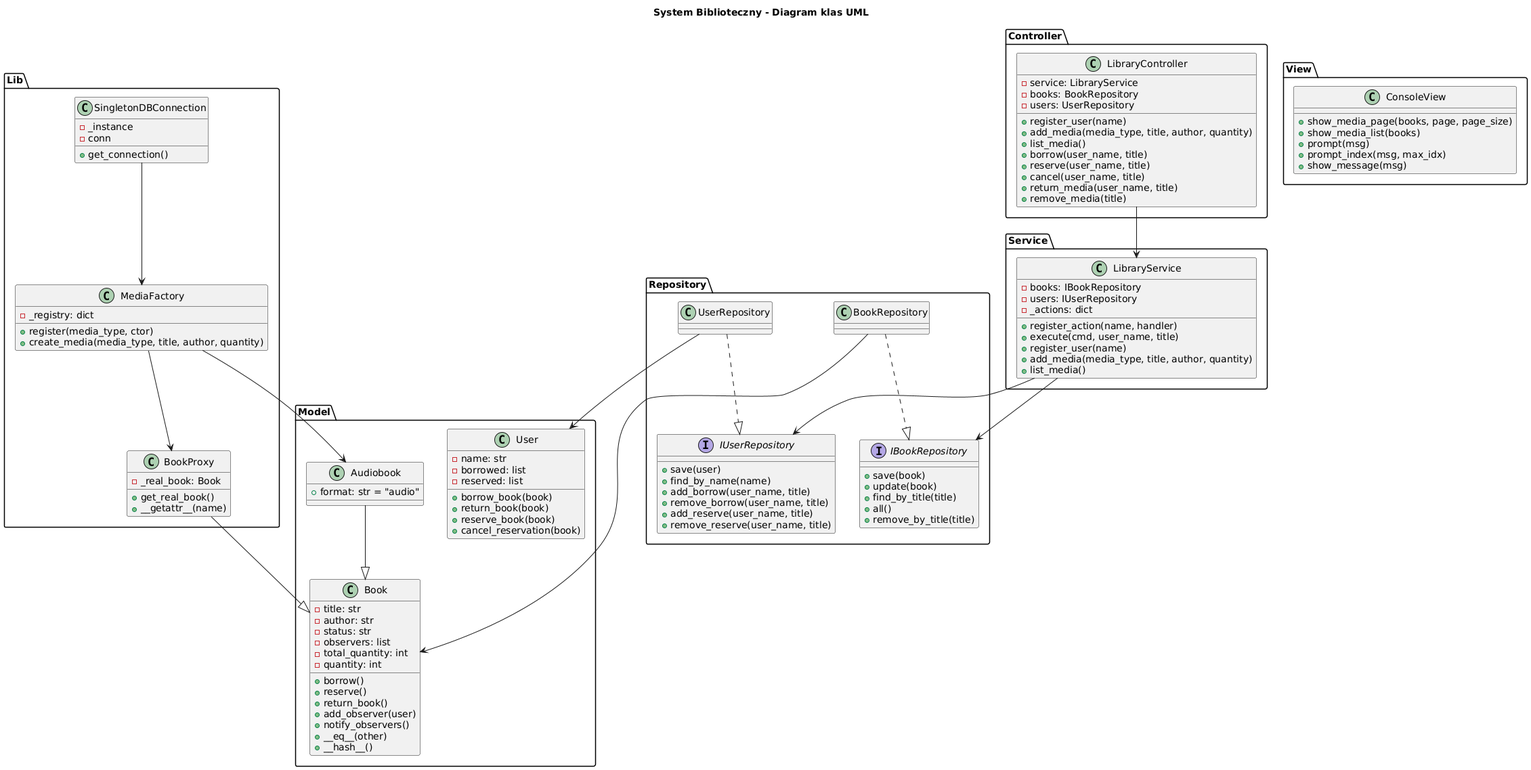
Before: uml.png, a diagram exported from PlantUML (mvttyyy/TO).
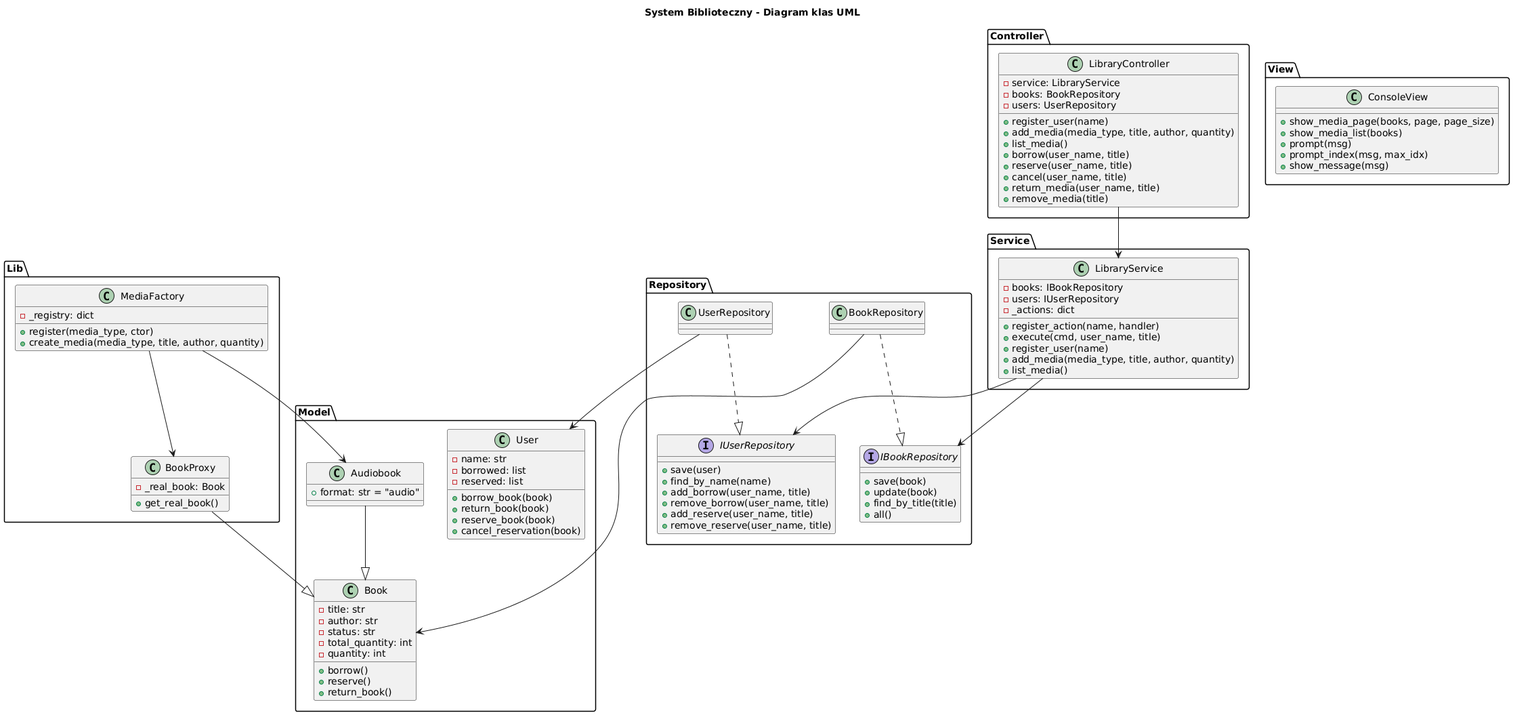
After the commit.

Change to the diagram source:
```diff
@@ -6,16 +6,11 @@
     - title: str
     - author: str
     - status: str
-    - observers: list
     - total_quantity: int
     - quantity: int
     + borrow()
     + reserve()
     + return_book()
-    + add_observer(user)
-    + notify_observers()
-    + __eq__(other)
-    + __hash__()
   }
 
   class Audiobook {
@@ -39,7 +34,6 @@
   class BookProxy {
     - _real_book: Book
     + get_real_book()
-    + __getattr__(name)
   }
   BookProxy --|> Book
 
@@ -47,12 +41,6 @@
     - _registry: dict
     + register(media_type, ctor)
     + create_media(media_type, title, author, quantity)
-  }
-
-  class SingletonDBConnection {
-    - _instance
-    - conn
-    + get_connection()
   }
 }
 
@@ -62,7 +50,6 @@
     + update(book)
     + find_by_title(title)
     + all()
-    + remove_by_title(title)
   }
   interface IUserRepository {
     + save(user)
@@ -126,5 +113,4 @@
 UserRepository --> User
 MediaFactory --> BookProxy
 MediaFactory --> Audiobook
-SingletonDBConnection --> MediaFactory
 @enduml
```
